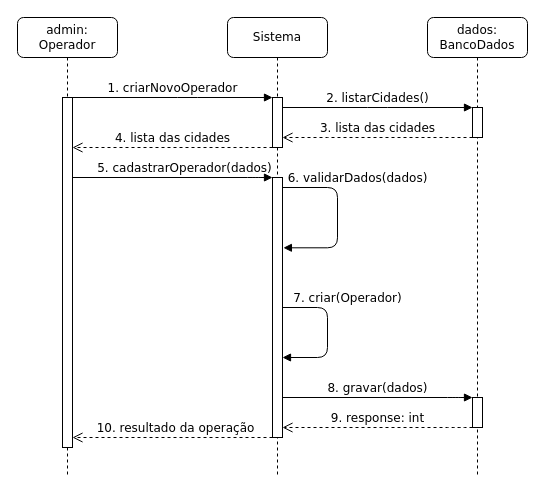
Before: page "criar Operador" (1 of 6) of diagrama de sequencia do sistema.drawio in LuizGustavoNascimeto/draw.io, a draw.io diagram. Source tidied: cells renumbered, new cells numbered last; positions are measured from the earlier drawing's top-left corner, leaving out a move shared by most shapes. Both pictures are drawn from the tidied source at 100%, with x=0, y=0 at pixel (17, 17).
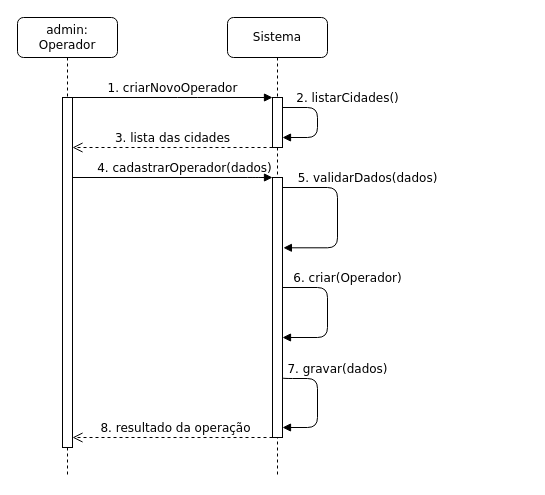
Above is the later version.

The change refers to these unchanged cells:
```xml
<mxCell id="4" style="html=1;points=[];perimeter=orthogonalPerimeter;rounded=0;shadow=0;comic=0;labelBackgroundColor=none;strokeWidth=1;fontFamily=Verdana;fontSize=12;align=center;" parent="3" vertex="1">
  <mxGeometry x="45" y="80" width="10" height="350" as="geometry" />
</mxCell>
<mxCell id="6" value="Sistema" style="shape=umlLifeline;perimeter=lifelinePerimeter;whiteSpace=wrap;html=1;rounded=1;shadow=0;comic=0;labelBackgroundColor=none;strokeWidth=1;fontFamily=Verdana;fontSize=12;align=center;" parent="1" vertex="1">
  <mxGeometry x="210" width="100" height="460" as="geometry" />
</mxCell>
<mxCell id="7" style="html=1;points=[];perimeter=orthogonalPerimeter;rounded=0;shadow=0;comic=0;labelBackgroundColor=none;strokeWidth=1;fontFamily=Verdana;fontSize=12;align=center;" parent="6" vertex="1">
  <mxGeometry x="45" y="80" width="10" height="50" as="geometry" />
</mxCell>
<mxCell id="8" style="html=1;points=[];perimeter=orthogonalPerimeter;rounded=0;shadow=0;comic=0;labelBackgroundColor=none;strokeWidth=1;fontFamily=Verdana;fontSize=12;align=center;" parent="6" vertex="1">
  <mxGeometry x="45" y="160" width="10" height="260" as="geometry" />
</mxCell>
```

What changed in the source:
```diff
@@
-    <mxCell id="2" value="5. cadastrarOperador(dados)" style="html=1;verticalAlign=bottom;endArrow=block;labelBackgroundColor=none;fontFamily=Verdana;fontSize=12;edgeStyle=elbowEdgeStyle;elbow=vertical;" parent="1" edge="1" source="4" target="8">
+    <mxCell id="2" value="4. cadastrarOperador(dados)" style="html=1;verticalAlign=bottom;endArrow=block;labelBackgroundColor=none;fontFamily=Verdana;fontSize=12;edgeStyle=elbowEdgeStyle;elbow=vertical;" parent="1" edge="1" source="4" target="8">
       <mxGeometry x="0.12" relative="1" as="geometry">
         <Array as="points">
           <mxPoint x="240" y="160" />
         </Array>
       </mxGeometry>
     </mxCell>
@@
-    <mxCell id="9" value="6. validarDados(dados)" style="html=1;verticalAlign=bottom;endArrow=block;labelBackgroundColor=none;fontFamily=Verdana;fontSize=12;edgeStyle=elbowEdgeStyle;elbow=horizontal;entryX=1.06;entryY=0.531;entryDx=0;entryDy=0;entryPerimeter=0;" parent="6" edge="1">
-      <mxGeometry x="-0.35" y="20" relative="1" as="geometry">
+    <mxCell id="9" value="5. validarDados(dados)" style="html=1;verticalAlign=bottom;endArrow=block;labelBackgroundColor=none;fontFamily=Verdana;fontSize=12;edgeStyle=elbowEdgeStyle;elbow=horizontal;entryX=1.06;entryY=0.531;entryDx=0;entryDy=0;entryPerimeter=0;" parent="6" edge="1">
+      <mxGeometry x="-0.35" y="30" relative="1" as="geometry">
         <mxPoint x="55" y="170" as="sourcePoint" />
         <mxPoint x="55.9" y="230.3" as="targetPoint" />
         <Array as="points">
           <mxPoint x="110" y="170" />
         </Array>
       </mxGeometry>
     </mxCell>
+    <mxCell id="15" value="&lt;div&gt;2. listarCidades()&lt;br&gt;&lt;/div&gt;" style="html=1;verticalAlign=bottom;endArrow=block;labelBackgroundColor=none;fontFamily=Verdana;fontSize=12;edgeStyle=elbowEdgeStyle;elbow=vertical;" parent="6" edge="1" source="7" target="7">
+      <mxGeometry x="-0.3" y="30" relative="1" as="geometry">
+        <Array as="points">
+          <mxPoint x="90" y="90" />
+        </Array>
+      </mxGeometry>
+    </mxCell>
+    <mxCell id="14" value="8. resultado da operação" style="html=1;verticalAlign=bottom;endArrow=open;dashed=1;endSize=8;labelBackgroundColor=none;fontFamily=Verdana;fontSize=12;edgeStyle=elbowEdgeStyle;elbow=vertical;" parent="1" edge="1" source="8" target="4">
+      <mxGeometry x="-0.03" relative="1" as="geometry">
+        <Array as="points">
+          <mxPoint x="170" y="420" />
+        </Array>
+      </mxGeometry>
+    </mxCell>
+    <mxCell id="19" value="3. lista das cidades" style="html=1;verticalAlign=bottom;endArrow=open;dashed=1;endSize=8;labelBackgroundColor=none;fontFamily=Verdana;fontSize=12;edgeStyle=elbowEdgeStyle;elbow=vertical;" parent="1" edge="1" source="7" target="4">
+      <mxGeometry relative="1" as="geometry">
+        <Array as="points">
+          <mxPoint x="110" y="130" />
+        </Array>
+      </mxGeometry>
+    </mxCell>
+    <mxCell id="16" value="7. gravar(dados)" style="html=1;verticalAlign=bottom;endArrow=block;labelBackgroundColor=none;fontFamily=Verdana;fontSize=12;edgeStyle=orthogonalEdgeStyle;elbow=vertical;" parent="1" edge="1" target="8">
+      <mxGeometry x="-0.4" y="20" relative="1" as="geometry">
+        <mxPoint x="265" y="360" as="sourcePoint" />
+        <Array as="points">
+          <mxPoint x="300" y="361" />
+          <mxPoint x="300" y="410" />
+        </Array>
+      </mxGeometry>
+    </mxCell>
-    <mxCell id="10" value="7. criar(Operador)" style="html=1;verticalAlign=bottom;endArrow=block;labelBackgroundColor=none;fontFamily=Verdana;fontSize=12;edgeStyle=elbowEdgeStyle;elbow=horizontal;" parent="6" edge="1">
+    <mxCell id="10" value="6. criar(Operador)" style="html=1;verticalAlign=bottom;endArrow=block;labelBackgroundColor=none;fontFamily=Verdana;fontSize=12;edgeStyle=elbowEdgeStyle;elbow=horizontal;" parent="1" edge="1">
       <mxGeometry x="-0.36" y="20" relative="1" as="geometry">
-        <mxPoint x="55" y="290" as="sourcePoint" />
-        <mxPoint x="55" y="340" as="targetPoint" />
+        <mxPoint x="265" y="270" as="sourcePoint" />
+        <mxPoint x="265" y="320" as="targetPoint" />
         <Array as="points">
-          <mxPoint x="100" y="315" />
+          <mxPoint x="310" y="295" />
         </Array>
       </mxGeometry>
     </mxCell>
-    <mxCell id="11" value="dados: BancoDados" style="shape=umlLifeline;perimeter=lifelinePerimeter;whiteSpace=wrap;html=1;rounded=1;shadow=0;comic=0;labelBackgroundColor=none;strokeWidth=1;fontFamily=Verdana;fontSize=12;align=center;" parent="1" vertex="1">
-      <mxGeometry x="410" width="100" height="460" as="geometry" />
-    </mxCell>
-    <mxCell id="12" style="html=1;points=[];perimeter=orthogonalPerimeter;rounded=0;shadow=0;comic=0;labelBackgroundColor=none;strokeWidth=1;fontFamily=Verdana;fontSize=12;align=center;" parent="11" vertex="1">
-      <mxGeometry x="45" y="380" width="10" height="30" as="geometry" />
-    </mxCell>
-    <mxCell id="13" style="html=1;points=[];perimeter=orthogonalPerimeter;rounded=0;shadow=0;comic=0;labelBackgroundColor=none;strokeWidth=1;fontFamily=Verdana;fontSize=12;align=center;" parent="11" vertex="1">
-      <mxGeometry x="45" y="90" width="10" height="30" as="geometry" />
-    </mxCell>
-    <mxCell id="14" value="10. resultado da operação" style="html=1;verticalAlign=bottom;endArrow=open;dashed=1;endSize=8;labelBackgroundColor=none;fontFamily=Verdana;fontSize=12;edgeStyle=elbowEdgeStyle;elbow=vertical;" parent="1" edge="1" source="8" target="4">
-      <mxGeometry x="-0.03" relative="1" as="geometry">
-        <Array as="points">
-          <mxPoint x="170" y="420" />
-        </Array>
-      </mxGeometry>
-    </mxCell>
-    <mxCell id="15" value="&lt;div&gt;2. listarCidades()&lt;br&gt;&lt;/div&gt;" style="html=1;verticalAlign=bottom;endArrow=block;labelBackgroundColor=none;fontFamily=Verdana;fontSize=12;edgeStyle=elbowEdgeStyle;elbow=vertical;" parent="1" edge="1" source="7" target="13">
-      <mxGeometry relative="1" as="geometry">
-        <Array as="points">
-          <mxPoint x="360" y="90" />
-        </Array>
-      </mxGeometry>
-    </mxCell>
-    <mxCell id="16" value="8. gravar(dados)" style="html=1;verticalAlign=bottom;endArrow=block;labelBackgroundColor=none;fontFamily=Verdana;fontSize=12;edgeStyle=elbowEdgeStyle;elbow=vertical;" parent="1" edge="1" source="8" target="12">
-      <mxGeometry relative="1" as="geometry">
-        <Array as="points">
-          <mxPoint x="440" y="380" />
-        </Array>
-      </mxGeometry>
-    </mxCell>
-    <mxCell id="17" value="3. lista das cidades" style="html=1;verticalAlign=bottom;endArrow=open;dashed=1;endSize=8;labelBackgroundColor=none;fontFamily=Verdana;fontSize=12;edgeStyle=elbowEdgeStyle;elbow=vertical;" parent="1" edge="1" source="13" target="7">
-      <mxGeometry relative="1" as="geometry">
-        <Array as="points">
-          <mxPoint x="320" y="120" />
-        </Array>
-      </mxGeometry>
-    </mxCell>
-    <mxCell id="18" value="9. response: int" style="html=1;verticalAlign=bottom;endArrow=open;dashed=1;endSize=8;labelBackgroundColor=none;fontFamily=Verdana;fontSize=12;edgeStyle=elbowEdgeStyle;elbow=vertical;" parent="1" edge="1" source="12" target="8">
-      <mxGeometry relative="1" as="geometry">
-        <Array as="points">
-          <mxPoint x="440" y="410" />
-        </Array>
-      </mxGeometry>
-    </mxCell>
-    <mxCell id="19" value="4. lista das cidades" style="html=1;verticalAlign=bottom;endArrow=open;dashed=1;endSize=8;labelBackgroundColor=none;fontFamily=Verdana;fontSize=12;edgeStyle=elbowEdgeStyle;elbow=vertical;" parent="1" edge="1" source="7" target="4">
-      <mxGeometry relative="1" as="geometry">
-        <Array as="points">
-          <mxPoint x="110" y="130" />
-        </Array>
-      </mxGeometry>
-    </mxCell>
```
